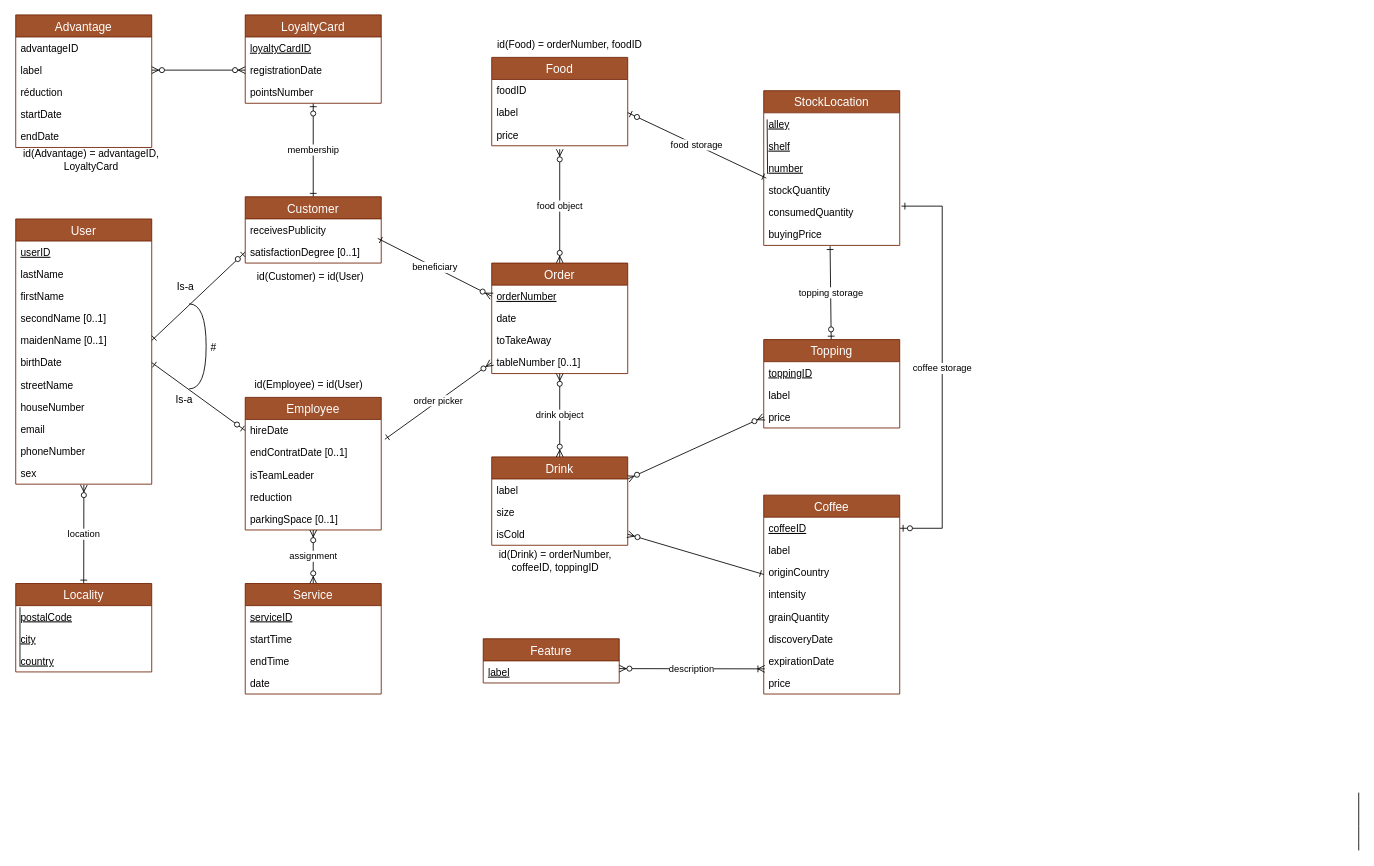
Above: SchemaEA.drawio in DrakeXorn/CoffIG (draw.io), before the change. Source tidied: cells renumbered, new cells numbered last; positions are measured from the earlier drawing's top-left corner, leaving out a move shared by most shapes. Both pictures are drawn from the tidied source at 85%, with x=0, y=0 at pixel (14, 14).
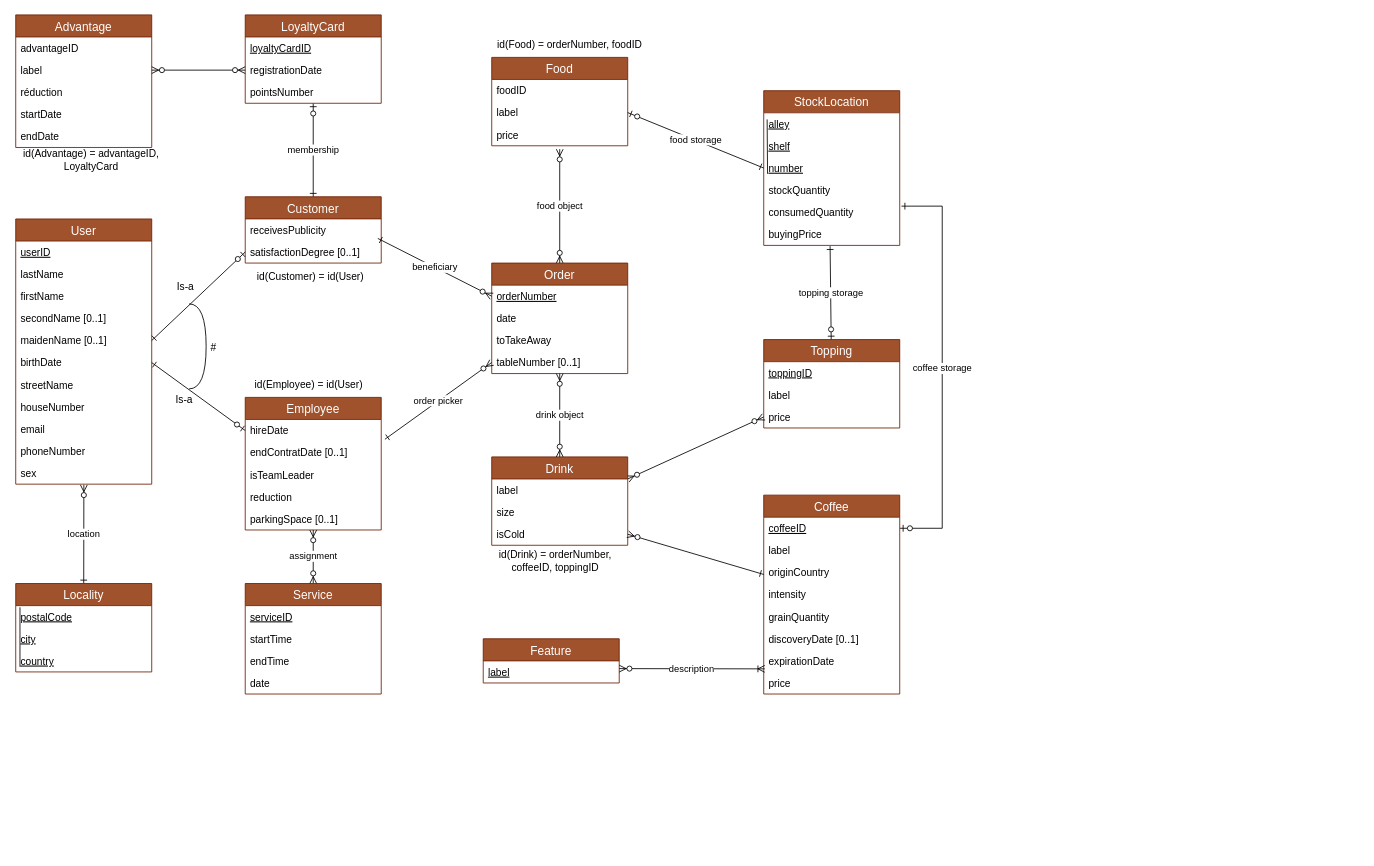
After the change.

Unchanged cells that the change refers to:
```xml
<mxCell id="10" value="label" style="text;strokeColor=none;fillColor=none;spacingLeft=4;spacingRight=4;overflow=hidden;points=[[0,0.5],[1,0.5]];portConstraint=eastwest;fontSize=12;" parent="8" vertex="1">
  <mxGeometry y="52" width="160" height="26" as="geometry" />
</mxCell>
<mxCell id="23" value="Coffee" style="swimlane;fontStyle=0;horizontal=1;startSize=26;fillColor=#a0522d;swimlaneFillColor=#ffffff;align=center;fontSize=14;strokeColor=#6D1F00;fontColor=#ffffff;" parent="1" vertex="1">
  <mxGeometry x="881" y="565" width="160" height="234" as="geometry" />
</mxCell>
<mxCell id="37" value="number" style="text;strokeColor=none;fillColor=none;spacingLeft=4;spacingRight=4;overflow=hidden;points=[[0,0.5],[1,0.5]];portConstraint=eastwest;fontSize=12;fontStyle=4;" parent="34" vertex="1">
  <mxGeometry y="78" width="160" height="26" as="geometry" />
</mxCell>
<mxCell id="38" value="stockQuantity" style="text;strokeColor=none;fillColor=none;spacingLeft=4;spacingRight=4;overflow=hidden;points=[[0,0.5],[1,0.5]];portConstraint=eastwest;fontSize=12;" parent="34" vertex="1">
  <mxGeometry y="104" width="160" height="26" as="geometry" />
</mxCell>
```

Change to the diagram source:
```diff
@@
-    <mxCell id="29" value="discoveryDate" style="text;strokeColor=none;fillColor=none;spacingLeft=4;spacingRight=4;overflow=hidden;fontSize=12;" parent="23" vertex="1">
+    <mxCell id="29" value="discoveryDate [0..1]" style="text;strokeColor=none;fillColor=none;spacingLeft=4;spacingRight=4;overflow=hidden;fontSize=12;" parent="23" vertex="1">
       <mxGeometry y="156" width="160" height="26" as="geometry" />
     </mxCell>
@@
-    <mxCell id="41" style="endArrow=none;html=1;" parent="1" edge="1">
-      <mxGeometry relative="1" as="geometry">
-        <mxPoint x="1581" y="983" as="sourcePoint" />
-        <mxPoint x="1581" y="915" as="targetPoint" />
-        <Array as="points">
-          <mxPoint x="1581" y="965" />
-        </Array>
-      </mxGeometry>
-    </mxCell>
@@
-    <mxCell id="90" value="food storage" style="edgeStyle=none;rounded=0;jettySize=auto;html=1;exitX=1;exitY=0.5;exitDx=0;exitDy=0;entryX=0.019;entryY=-0.045;entryDx=0;entryDy=0;entryPerimeter=0;startArrow=ERzeroToOne;startFill=1;endArrow=ERone;endFill=0;" parent="1" edge="1" source="10" target="38">
+    <mxCell id="90" value="food storage" style="edgeStyle=none;rounded=0;jettySize=auto;html=1;exitX=1;exitY=0.5;exitDx=0;exitDy=0;entryX=0;entryY=0.5;entryDx=0;entryDy=0;startArrow=ERzeroToOne;startFill=1;endArrow=ERone;endFill=0;" parent="1" edge="1" source="10" target="37">
       <mxGeometry relative="1" as="geometry" />
     </mxCell>
```
